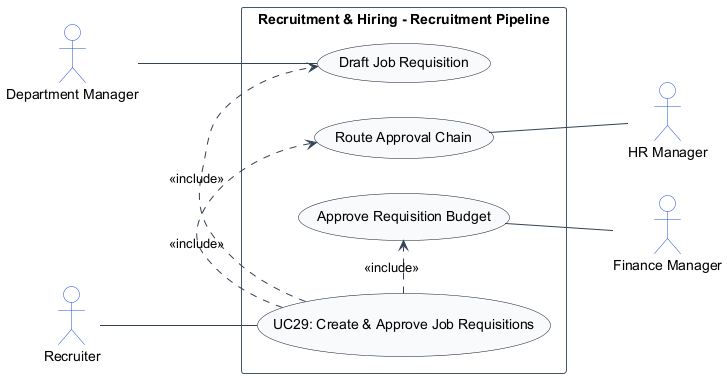
Earlier version of the PlantUML export usecase_images/module_04_recruitment_hiring/UC29.png (TamBui1706/HRPlatform). The source it was exported from:
```plantuml
@startuml
left to right direction
skinparam shadowing false
skinparam packageStyle rectangle
skinparam actorStyle stickman

skinparam ArrowColor #334155
skinparam ActorBorderColor #1d4ed8
skinparam ActorBackgroundColor #ffffff
skinparam UsecaseBorderColor #0f172a
skinparam UsecaseBackgroundColor #f8fafc
skinparam RectangleBorderColor #475569
skinparam RectangleBackgroundColor #ffffff

actor "Recruiter" as Recruiter
actor "Department Manager" as DepartmentManager
actor "HR Manager" as HRManager
actor "Finance Manager" as FinanceManager

rectangle "Recruitment & Hiring - Recruitment Pipeline" {
    usecase "UC29: Create & Approve Job Requisitions" as UC_Main
    usecase "Draft Job Requisition" as UC_DraftReq
    usecase "Route Approval Chain" as UC_RouteChain
    usecase "Approve Requisition Budget" as UC_ApproveBud

    Recruiter -- UC_Main
    DepartmentManager -- UC_DraftReq
    UC_Main .> UC_DraftReq : <<include>>
    UC_Main .> UC_RouteChain : <<include>>
    UC_Main .> UC_ApproveBud : <<include>>
    UC_ApproveBud -- FinanceManager
    UC_RouteChain -- HRManager
}
@enduml
```
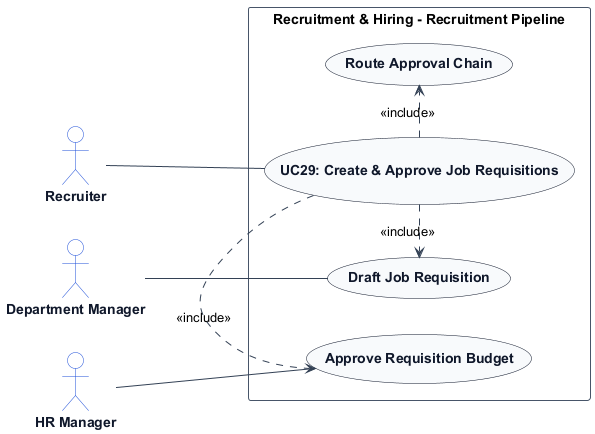
After the change.

What changed in the source:
```diff
@@ -7,15 +7,20 @@
 skinparam ArrowColor #334155
 skinparam ActorBorderColor #1d4ed8
 skinparam ActorBackgroundColor #ffffff
+skinparam ActorFontColor #0f172a
+skinparam ActorFontStyle bold
+
 skinparam UsecaseBorderColor #0f172a
 skinparam UsecaseBackgroundColor #f8fafc
+skinparam UsecaseFontColor #0f172a
+skinparam UsecaseFontStyle bold
+
 skinparam RectangleBorderColor #475569
 skinparam RectangleBackgroundColor #ffffff
 
 actor "Recruiter" as Recruiter
 actor "Department Manager" as DepartmentManager
 actor "HR Manager" as HRManager
-actor "Finance Manager" as FinanceManager
 
 rectangle "Recruitment & Hiring - Recruitment Pipeline" {
     usecase "UC29: Create & Approve Job Requisitions" as UC_Main
@@ -25,10 +30,9 @@
 
     Recruiter -- UC_Main
     DepartmentManager -- UC_DraftReq
+    HRManager -- UC_ApproveBud
     UC_Main .> UC_DraftReq : <<include>>
     UC_Main .> UC_RouteChain : <<include>>
     UC_Main .> UC_ApproveBud : <<include>>
-    UC_ApproveBud -- FinanceManager
-    UC_RouteChain -- HRManager
 }
 @enduml
```
